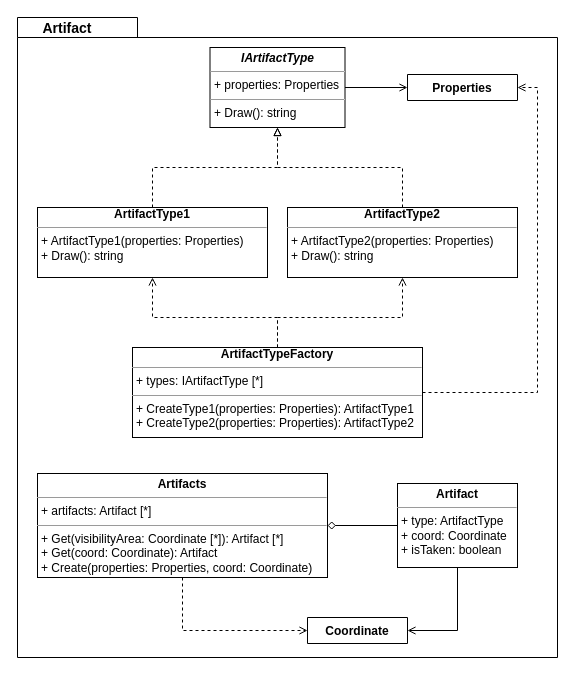
Earlier version of the draw.io diagram page "Artifacts" (3 of 8) of Roguelike/roguelike.drawio (victoriafomina/Software-Design). Source tidied: cells renumbered, new cells numbered last; positions are measured from the earlier drawing's top-left corner, leaving out a move shared by most shapes. Both pictures are drawn from the tidied source at 100%, with x=0, y=0 at pixel (17, 17).
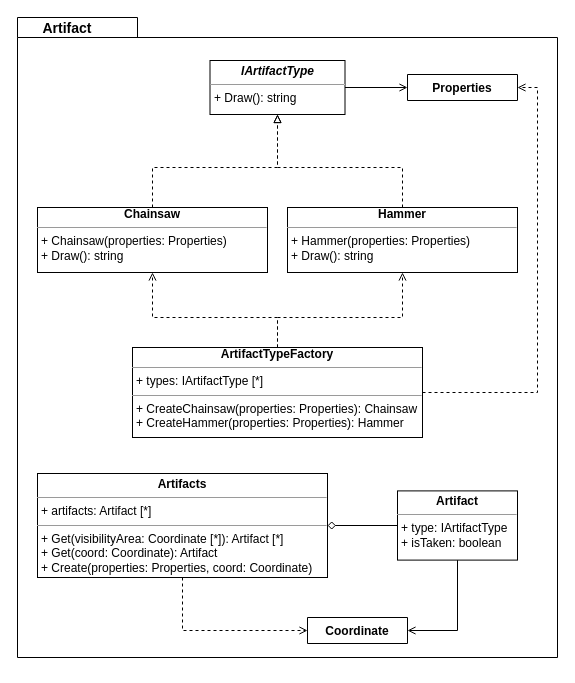
After the change.

Diff of the diagram source:
```diff
@@
-    <mxCell id="4" style="edgeStyle=orthogonalEdgeStyle;rounded=0;jettySize=auto;html=1;fontSize=14;startArrow=none;startFill=0;endArrow=block;endFill=0;entryX=0.5;entryY=1;entryDx=0;entryDy=0;exitX=0.5;exitY=0;exitDx=0;exitDy=0;dashed=1;" parent="1" edge="1" source="11">
+    <mxCell id="4" style="edgeStyle=orthogonalEdgeStyle;rounded=0;jettySize=auto;html=1;fontSize=14;startArrow=none;startFill=0;endArrow=block;endFill=0;entryX=0.5;entryY=1;entryDx=0;entryDy=0;exitX=0.5;exitY=0;exitDx=0;exitDy=0;dashed=1;" parent="1" edge="1" source="11" target="21">
       <mxGeometry relative="1" as="geometry">
-        <mxPoint x="260" y="110" as="targetPoint" />
         <Array as="points">
           <mxPoint x="135" y="150" />
           <mxPoint x="260" y="150" />
         </Array>
       </mxGeometry>
     </mxCell>
@@
-    <mxCell id="10" value="&lt;div style=&quot;text-align: center&quot;&gt;&lt;span&gt;&lt;b&gt;Artifact&lt;/b&gt;&lt;/span&gt;&lt;b&gt;TypeFactory&lt;/b&gt;&lt;/div&gt;&lt;hr size=&quot;1&quot;&gt;&lt;p style=&quot;margin: 0px ; margin-left: 4px&quot;&gt;+ types: IArtifactType [*]&lt;/p&gt;&lt;hr size=&quot;1&quot;&gt;&lt;p style=&quot;margin: 0px ; margin-left: 4px&quot;&gt;&lt;span&gt;+ CreateType1(properties: Properties): ArtifactType1&lt;/span&gt;&lt;br&gt;&lt;/p&gt;&lt;p style=&quot;margin: 0px ; margin-left: 4px&quot;&gt;+ CreateType2(properties: Properties): ArtifactType2&lt;br&gt;&lt;/p&gt;" style="verticalAlign=top;align=left;overflow=fill;fontSize=12;fontFamily=Helvetica;html=1;" parent="1" vertex="1">
+    <mxCell id="10" value="&lt;div style=&quot;text-align: center&quot;&gt;&lt;span&gt;&lt;b&gt;Artifact&lt;/b&gt;&lt;/span&gt;&lt;b&gt;TypeFactory&lt;/b&gt;&lt;/div&gt;&lt;hr size=&quot;1&quot;&gt;&lt;p style=&quot;margin: 0px ; margin-left: 4px&quot;&gt;+ types: IArtifactType [*]&lt;/p&gt;&lt;hr size=&quot;1&quot;&gt;&lt;p style=&quot;margin: 0px ; margin-left: 4px&quot;&gt;&lt;span&gt;+ CreateChainsaw(properties: Properties): Chainsaw&lt;/span&gt;&lt;br&gt;&lt;/p&gt;&lt;p style=&quot;margin: 0px ; margin-left: 4px&quot;&gt;+ CreateHammer(properties: Properties): Hammer&lt;br&gt;&lt;/p&gt;" style="verticalAlign=top;align=left;overflow=fill;fontSize=12;fontFamily=Helvetica;html=1;" parent="1" vertex="1">
       <mxGeometry x="115" y="330" width="290" height="90" as="geometry" />
     </mxCell>
-    <mxCell id="11" value="&lt;div style=&quot;text-align: center&quot;&gt;&lt;span&gt;&lt;b&gt;Artifact&lt;/b&gt;&lt;/span&gt;&lt;span style=&quot;font-weight: 700&quot;&gt;Type1&lt;/span&gt;&lt;/div&gt;&lt;hr size=&quot;1&quot;&gt;&lt;p style=&quot;margin: 0px ; margin-left: 4px&quot;&gt;+ ArtifactType1(properties: Properties)&lt;br&gt;+ Draw(): string&lt;/p&gt;" style="verticalAlign=top;align=left;overflow=fill;fontSize=12;fontFamily=Helvetica;html=1;" parent="1" vertex="1">
-      <mxGeometry x="20" y="190" width="230" height="70" as="geometry" />
+    <mxCell id="11" value="&lt;div style=&quot;text-align: center&quot;&gt;&lt;b&gt;Chainsaw&lt;/b&gt;&lt;/div&gt;&lt;hr size=&quot;1&quot;&gt;&lt;p style=&quot;margin: 0px ; margin-left: 4px&quot;&gt;+ Chainsaw(properties: Properties)&lt;br&gt;+ Draw(): string&lt;/p&gt;" style="verticalAlign=top;align=left;overflow=fill;fontSize=12;fontFamily=Helvetica;html=1;" parent="1" vertex="1">
+      <mxGeometry x="20" y="190" width="230" height="65" as="geometry" />
     </mxCell>
-    <mxCell id="12" style="edgeStyle=orthogonalEdgeStyle;rounded=0;jettySize=auto;html=1;exitX=0.5;exitY=0;exitDx=0;exitDy=0;dashed=1;fontSize=15;startArrow=none;startFill=0;endArrow=block;endFill=0;entryX=0.5;entryY=1;entryDx=0;entryDy=0;" parent="1" edge="1" source="13" target="21">
-      <mxGeometry relative="1" as="geometry" />
+    <mxCell id="12" style="edgeStyle=orthogonalEdgeStyle;rounded=0;jettySize=auto;html=1;exitX=0.5;exitY=0;exitDx=0;exitDy=0;entryX=0.5;entryY=1;entryDx=0;entryDy=0;dashed=1;endArrow=block;endFill=0;" parent="1" edge="1" source="13" target="21">
+      <mxGeometry relative="1" as="geometry">
+        <Array as="points">
+          <mxPoint x="385" y="150" />
+          <mxPoint x="260" y="150" />
+        </Array>
+      </mxGeometry>
     </mxCell>
-    <mxCell id="13" value="&lt;div style=&quot;text-align: center&quot;&gt;&lt;span&gt;&lt;b&gt;Artifact&lt;/b&gt;&lt;/span&gt;&lt;span style=&quot;font-weight: 700&quot;&gt;Type2&lt;/span&gt;&lt;/div&gt;&lt;hr size=&quot;1&quot;&gt;&lt;p style=&quot;margin: 0px ; margin-left: 4px&quot;&gt;+ ArtifactType2(properties: Properties)&lt;br&gt;+ Draw(): string&lt;/p&gt;" style="verticalAlign=top;align=left;overflow=fill;fontSize=12;fontFamily=Helvetica;html=1;" parent="1" vertex="1">
-      <mxGeometry x="270" y="190" width="230" height="70" as="geometry" />
+    <mxCell id="13" value="&lt;div style=&quot;text-align: center&quot;&gt;&lt;b&gt;Hammer&lt;/b&gt;&lt;/div&gt;&lt;hr size=&quot;1&quot;&gt;&lt;p style=&quot;margin: 0px ; margin-left: 4px&quot;&gt;+ Hammer(properties: Properties)&lt;br&gt;+ Draw(): string&lt;/p&gt;" style="verticalAlign=top;align=left;overflow=fill;fontSize=12;fontFamily=Helvetica;html=1;" parent="1" vertex="1">
+      <mxGeometry x="270" y="190" width="230" height="65" as="geometry" />
     </mxCell>
@@
-    <mxCell id="19" value="&lt;p style=&quot;margin: 0px ; margin-top: 4px ; text-align: center&quot;&gt;&lt;b&gt;Artifact&lt;/b&gt;&lt;br&gt;&lt;/p&gt;&lt;hr size=&quot;1&quot;&gt;&lt;p style=&quot;margin: 0px 0px 0px 4px&quot;&gt;+ type: ArtifactType&lt;br&gt;+ coord: Coordinate&lt;br&gt;+ isTaken: boolean&lt;br&gt;&lt;/p&gt;" style="verticalAlign=top;align=left;overflow=fill;fontSize=12;fontFamily=Helvetica;html=1;" parent="1" vertex="1">
-      <mxGeometry x="380" y="466" width="120" height="84" as="geometry" />
+    <mxCell id="19" value="&lt;p style=&quot;margin: 0px ; margin-top: 4px ; text-align: center&quot;&gt;&lt;b&gt;Artifact&lt;/b&gt;&lt;br&gt;&lt;/p&gt;&lt;hr size=&quot;1&quot;&gt;&lt;p style=&quot;margin: 0px 0px 0px 4px&quot;&gt;+ type: IArtifactType&lt;br&gt;+ isTaken: boolean&lt;br&gt;&lt;/p&gt;" style="verticalAlign=top;align=left;overflow=fill;fontSize=12;fontFamily=Helvetica;html=1;" parent="1" vertex="1">
+      <mxGeometry x="380" y="473.4" width="120" height="69.2" as="geometry" />
     </mxCell>
@@
-    <mxCell id="21" value="&lt;p style=&quot;margin: 0px ; margin-top: 4px ; text-align: center&quot;&gt;&lt;i&gt;&lt;b&gt;IArtifactType&lt;/b&gt;&lt;/i&gt;&lt;br&gt;&lt;/p&gt;&lt;hr size=&quot;1&quot;&gt;&lt;p style=&quot;margin: 0px ; margin-left: 4px&quot;&gt;+ properties: Properties&lt;/p&gt;&lt;hr size=&quot;1&quot;&gt;&lt;p style=&quot;margin: 0px ; margin-left: 4px&quot;&gt;+ Draw(): string&lt;/p&gt;" style="verticalAlign=top;align=left;overflow=fill;fontSize=12;fontFamily=Helvetica;html=1;" parent="1" vertex="1">
-      <mxGeometry x="192.5" y="30" width="135" height="80" as="geometry" />
+    <mxCell id="21" value="&lt;p style=&quot;margin: 0px ; margin-top: 4px ; text-align: center&quot;&gt;&lt;i&gt;&lt;b&gt;IArtifactType&lt;/b&gt;&lt;/i&gt;&lt;/p&gt;&lt;hr size=&quot;1&quot;&gt;&lt;p style=&quot;margin: 0px ; margin-left: 4px&quot;&gt;+ Draw(): string&lt;/p&gt;" style="verticalAlign=top;align=left;overflow=fill;fontSize=12;fontFamily=Helvetica;html=1;" parent="1" vertex="1">
+      <mxGeometry x="192.5" y="43" width="135" height="54" as="geometry" />
     </mxCell>
```
